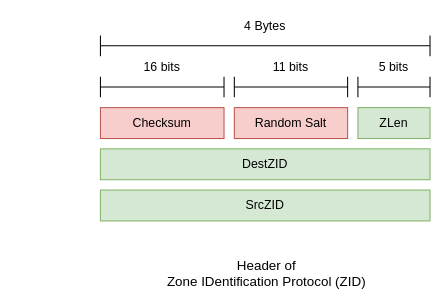
This is docs/figures/zid.drawio from mido3ds/C4IAN, a draw.io file, before an edit. Source tidied: cells renumbered, new cells numbered last; positions are measured from the earlier drawing's top-left corner, leaving out a move shared by most shapes. Both pictures are drawn from the tidied source at 103%, with x=0, y=0 at pixel (100, 35).
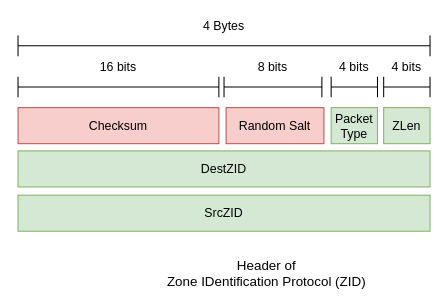
The same diagram, later.

Commit message (it also covers changes not shown here):
Created the controller, and modified ZID header to contain a packet type field

Diff of the diagram source:
```diff
@@
 <mxGraphModel>
   <root>
     <mxCell id="0" />
     <mxCell id="1" parent="0" />
     <mxCell id="2" value="4 Bytes" style="shape=crossbar;whiteSpace=wrap;html=1;rounded=1;verticalAlign=bottom;labelPosition=center;verticalLabelPosition=top;align=center;" parent="1" vertex="1">
-      <mxGeometry width="320" height="20" as="geometry" />
+      <mxGeometry x="-80" width="400" height="20" as="geometry" />
     </mxCell>
     <mxCell id="3" value="Checksum" style="rounded=0;whiteSpace=wrap;html=1;fillColor=#f8cecc;strokeColor=#b85450;" parent="1" vertex="1">
-      <mxGeometry y="70" width="120" height="30" as="geometry" />
+      <mxGeometry x="-80" y="70" width="195" height="35" as="geometry" />
     </mxCell>
     <mxCell id="4" value="ZLen" style="rounded=0;whiteSpace=wrap;html=1;fillColor=#d5e8d4;strokeColor=#82b366;" parent="1" vertex="1">
-      <mxGeometry x="250" y="70" width="70" height="30" as="geometry" />
+      <mxGeometry x="275" y="70" width="45" height="35" as="geometry" />
     </mxCell>
     <mxCell id="5" value="DestZID" style="rounded=0;whiteSpace=wrap;html=1;fillColor=#d5e8d4;strokeColor=#82b366;" parent="1" vertex="1">
-      <mxGeometry y="110" width="320" height="30" as="geometry" />
+      <mxGeometry x="-80" y="112" width="400" height="35" as="geometry" />
     </mxCell>
     <mxCell id="6" value="SrcZID" style="rounded=0;whiteSpace=wrap;html=1;fillColor=#d5e8d4;strokeColor=#82b366;" parent="1" vertex="1">
-      <mxGeometry y="150" width="320" height="30" as="geometry" />
+      <mxGeometry x="-80" y="155" width="400" height="35" as="geometry" />
     </mxCell>
     <mxCell id="7" value="Header of&lt;br&gt;Zone IDentification Protocol (ZID)" style="text;html=1;align=center;verticalAlign=middle;fontSize=13;" parent="1" vertex="1">
       <mxGeometry x="59" y="213" width="203" height="35" as="geometry" />
     </mxCell>
-    <mxCell id="8" value="5 bits" style="shape=crossbar;whiteSpace=wrap;html=1;rounded=1;verticalAlign=bottom;labelPosition=center;verticalLabelPosition=top;align=center;" parent="1" vertex="1">
-      <mxGeometry x="250" y="40" width="70" height="20" as="geometry" />
+    <mxCell id="8" value="4 bits" style="shape=crossbar;whiteSpace=wrap;html=1;rounded=1;verticalAlign=bottom;labelPosition=center;verticalLabelPosition=top;align=center;" parent="1" vertex="1">
+      <mxGeometry x="224" y="40" width="45" height="20" as="geometry" />
     </mxCell>
-    <mxCell id="9" value="11 bits" style="shape=crossbar;whiteSpace=wrap;html=1;rounded=1;verticalAlign=bottom;labelPosition=center;verticalLabelPosition=top;align=center;" parent="1" vertex="1">
-      <mxGeometry x="130" y="40" width="110" height="20" as="geometry" />
+    <mxCell id="9" value="8 bits" style="shape=crossbar;whiteSpace=wrap;html=1;rounded=1;verticalAlign=bottom;labelPosition=center;verticalLabelPosition=top;align=center;" parent="1" vertex="1">
+      <mxGeometry x="120" y="40" width="95" height="20" as="geometry" />
     </mxCell>
     <mxCell id="10" value="16 bits" style="shape=crossbar;whiteSpace=wrap;html=1;rounded=1;verticalAlign=bottom;labelPosition=center;verticalLabelPosition=top;align=center;" parent="1" vertex="1">
-      <mxGeometry y="40" width="120" height="20" as="geometry" />
+      <mxGeometry x="-80" y="40" width="195" height="20" as="geometry" />
     </mxCell>
     <mxCell id="11" value="Random Salt" style="rounded=0;whiteSpace=wrap;html=1;fillColor=#f8cecc;strokeColor=#b85450;" parent="1" vertex="1">
-      <mxGeometry x="130" y="70" width="110" height="30" as="geometry" />
+      <mxGeometry x="122" y="70" width="95" height="35" as="geometry" />
     </mxCell>
+    <mxCell id="12" value="Packet Type" style="rounded=0;whiteSpace=wrap;html=1;fillColor=#d5e8d4;strokeColor=#82b366;" parent="1" vertex="1">
+      <mxGeometry x="224" y="70" width="45" height="35" as="geometry" />
+    </mxCell>
+    <mxCell id="13" value="4 bits" style="shape=crossbar;whiteSpace=wrap;html=1;rounded=1;verticalAlign=bottom;labelPosition=center;verticalLabelPosition=top;align=center;" parent="1" vertex="1">
+      <mxGeometry x="275" y="40" width="45" height="20" as="geometry" />
+    </mxCell>
   </root>
 </mxGraphModel>
```
